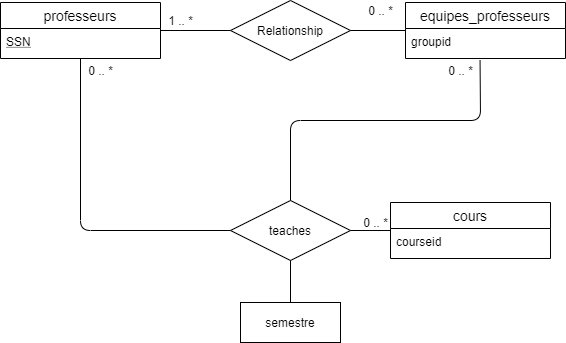
This is model er/q6.png from sbeda010/csi2532_playground, a draw.io export, as it was before one commit. Source tidied: cells renumbered, new cells last; positions are measured from the earlier drawing's top-left corner, leaving out a move shared by most shapes.
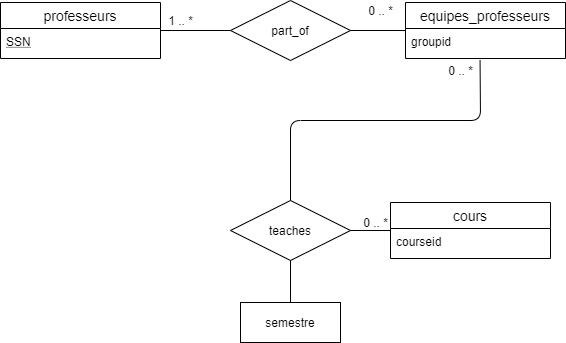
Later version of the same file.

The edit, as a diff of the source:
```diff
@@ -29,7 +29,7 @@
     <mxCell id="10" value="0 .. *" style="text;html=1;align=center;verticalAlign=middle;" parent="1" vertex="1">
       <mxGeometry x="355" y="212" width="40" height="20" as="geometry" />
     </mxCell>
-    <mxCell id="11" value="Relationship" style="shape=rhombus;perimeter=rhombusPerimeter;whiteSpace=wrap;html=1;align=center;" parent="1" vertex="1">
+    <mxCell id="11" value="part_of" style="shape=rhombus;perimeter=rhombusPerimeter;whiteSpace=wrap;html=1;align=center;" parent="1" vertex="1">
       <mxGeometry x="230" width="120" height="60" as="geometry" />
     </mxCell>
     <mxCell id="12" value="equipes_professeurs" style="swimlane;fontStyle=0;horizontal=1;startSize=26;align=center;fontSize=14;" parent="1" vertex="1">
@@ -50,13 +50,6 @@
     <mxCell id="17" value="0 .. *" style="text;html=1;align=center;verticalAlign=middle;" parent="1" vertex="1">
       <mxGeometry x="360" width="40" height="20" as="geometry" />
     </mxCell>
-    <mxCell id="18" style="endArrow=none;html=1;exitX=0;exitY=0.5;exitDx=0;exitDy=0;" parent="1" edge="1" source="2" target="4">
-      <mxGeometry relative="1" as="geometry">
-        <Array as="points">
-          <mxPoint x="80" y="230" />
-        </Array>
-      </mxGeometry>
-    </mxCell>
     <mxCell id="19" style="endArrow=none;html=1;entryX=0.466;entryY=1.057;entryDx=0;entryDy=0;entryPerimeter=0;exitX=0.5;exitY=0;exitDx=0;exitDy=0;" parent="1" edge="1" source="2" target="13">
       <mxGeometry relative="1" as="geometry">
         <Array as="points">
@@ -65,9 +58,6 @@
         </Array>
       </mxGeometry>
     </mxCell>
-    <mxCell id="20" value="0 .. *" style="text;html=1;align=center;verticalAlign=middle;" parent="1" vertex="1">
-      <mxGeometry x="80" y="60" width="40" height="20" as="geometry" />
-    </mxCell>
     <mxCell id="21" value="0 .. *" style="text;html=1;align=center;verticalAlign=middle;" parent="1" vertex="1">
       <mxGeometry x="440" y="60" width="40" height="20" as="geometry" />
     </mxCell>
```
